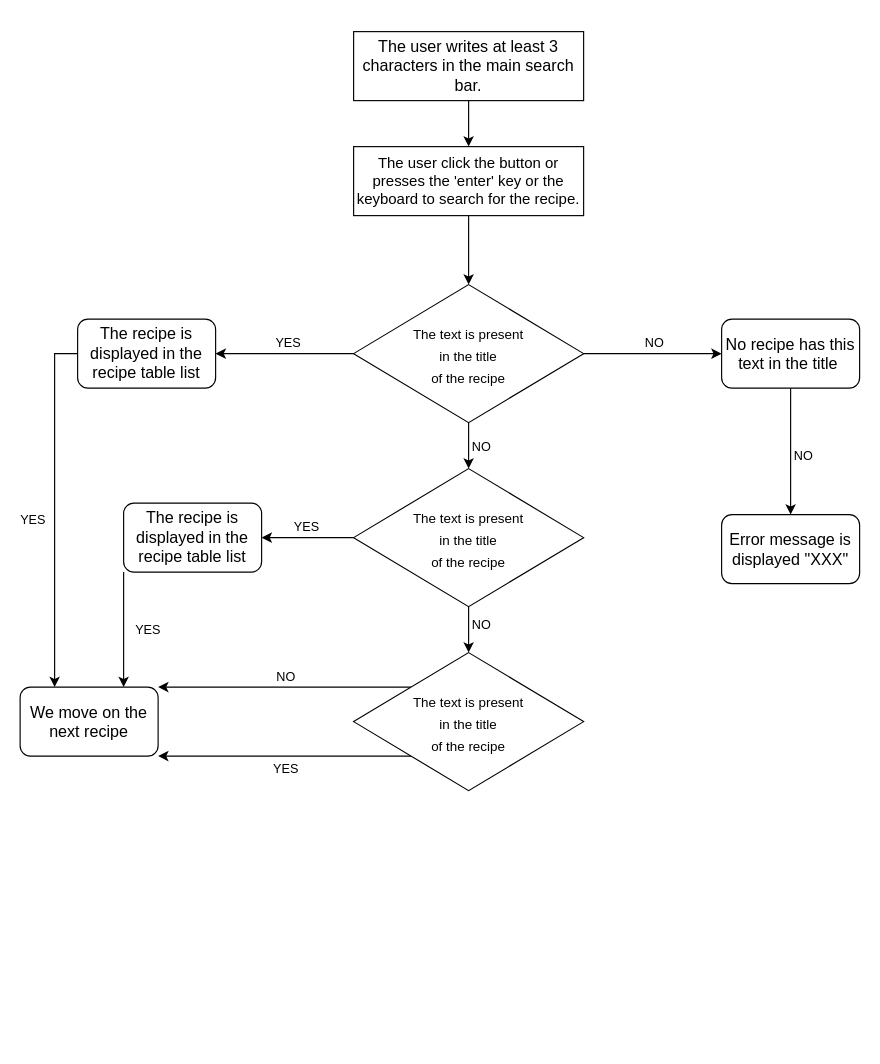
Above: RecipeSearchBarDiagram.drawio in Tigershark936/Les_petits_plats_D-veloppez_un_algorithme_de_recherche_en_JavaScript (draw.io), before the change. Source tidied: cells renumbered, new cells numbered last; positions are measured from the earlier drawing's top-left corner, leaving out a move shared by most shapes. Both pictures are drawn from the tidied source at 115%, with x=0, y=0 at pixel (20, 31).
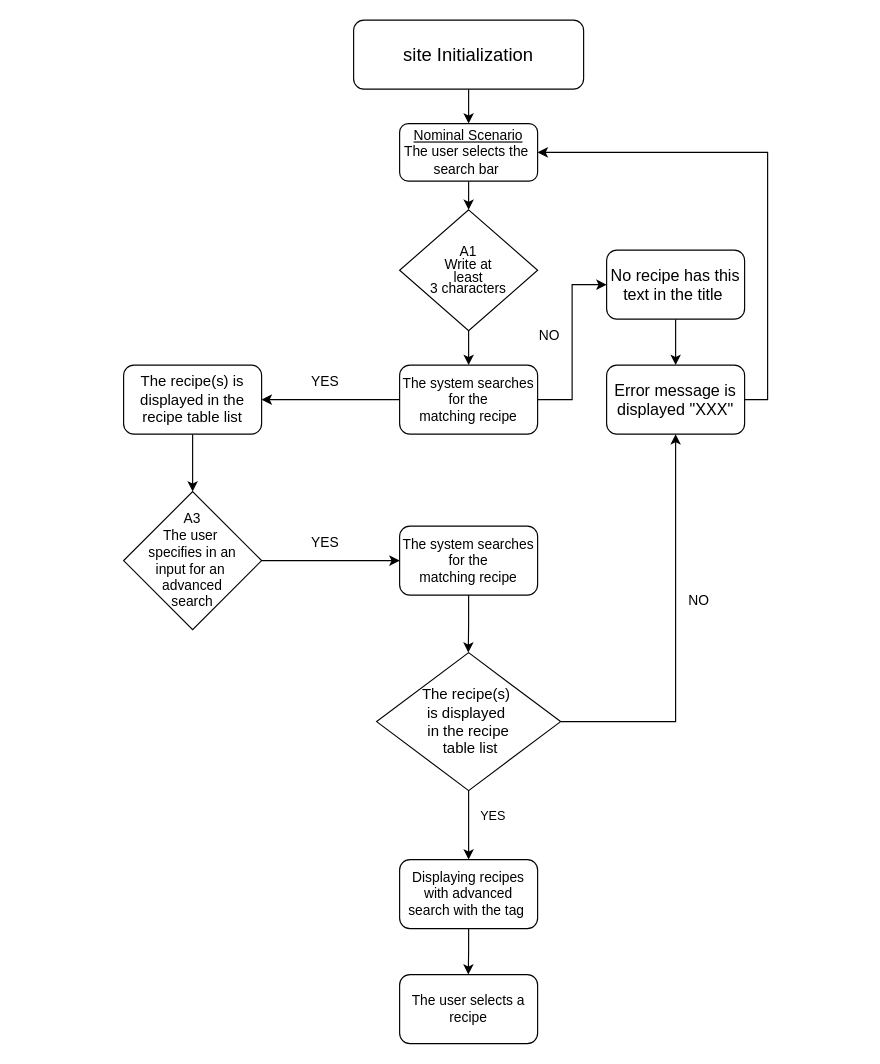
The same page after the edit.

The edit, as a diff of the source:
```diff
@@
-    <mxCell id="2" style="edgeStyle=orthogonalEdgeStyle;rounded=0;jettySize=auto;html=1;exitX=0.5;exitY=1;exitDx=0;exitDy=0;" parent="1" edge="1" source="3">
-      <mxGeometry relative="1" as="geometry">
-        <mxPoint x="390" y="100" as="targetPoint" />
-      </mxGeometry>
-    </mxCell>
-    <mxCell id="3" value="&lt;font style=&quot;font-size: 14px;&quot;&gt;The user writes at least 3 characters in the main search bar.&lt;/font&gt;" style="rounded=0;whiteSpace=wrap;html=1;" parent="1" vertex="1">
-      <mxGeometry x="290" width="200" height="60" as="geometry" />
-    </mxCell>
-    <mxCell id="4" style="edgeStyle=orthogonalEdgeStyle;rounded=0;jettySize=auto;html=1;exitX=0.5;exitY=1;exitDx=0;exitDy=0;" parent="1" edge="1" source="5">
-      <mxGeometry relative="1" as="geometry">
-        <mxPoint x="390" y="220" as="targetPoint" />
-      </mxGeometry>
-    </mxCell>
-    <mxCell id="5" value="&lt;font style=&quot;font-size: 13px;&quot;&gt;The user click the button or presses the 'enter' key or the keyboard to search for the recipe.&lt;/font&gt;" style="rounded=0;whiteSpace=wrap;html=1;" parent="1" vertex="1">
-      <mxGeometry x="290" y="100" width="200" height="60" as="geometry" />
-    </mxCell>
-    <mxCell id="6" style="edgeStyle=orthogonalEdgeStyle;rounded=0;jettySize=auto;html=1;exitX=0.5;exitY=1;exitDx=0;exitDy=0;" parent="1" edge="1" source="12">
-      <mxGeometry relative="1" as="geometry">
-        <mxPoint x="390" y="380" as="targetPoint" />
-      </mxGeometry>
-    </mxCell>
-    <mxCell id="7" value="NO" style="edgeLabel;html=1;align=center;verticalAlign=middle;" parent="6" vertex="1">
-      <mxGeometry x="-0.01" y="-2" relative="1" as="geometry">
-        <mxPoint x="10" y="-2" as="offset" />
-      </mxGeometry>
-    </mxCell>
-    <mxCell id="8" style="edgeStyle=orthogonalEdgeStyle;rounded=0;jettySize=auto;html=1;exitX=0;exitY=0.5;exitDx=0;exitDy=0;" parent="1" edge="1" source="12">
-      <mxGeometry relative="1" as="geometry">
-        <mxPoint x="170" y="280" as="targetPoint" />
-      </mxGeometry>
-    </mxCell>
-    <mxCell id="9" value="YES" style="edgeLabel;html=1;align=center;verticalAlign=middle;" parent="8" vertex="1">
-      <mxGeometry x="-0.04" y="-3" relative="1" as="geometry">
-        <mxPoint y="-7" as="offset" />
-      </mxGeometry>
-    </mxCell>
-    <mxCell id="10" style="edgeStyle=orthogonalEdgeStyle;rounded=0;jettySize=auto;html=1;exitX=1;exitY=0.5;exitDx=0;exitDy=0;" parent="1" edge="1" source="12">
-      <mxGeometry relative="1" as="geometry">
-        <mxPoint x="610" y="280" as="targetPoint" />
-      </mxGeometry>
-    </mxCell>
-    <mxCell id="11" value="NO&amp;nbsp;" style="edgeLabel;html=1;align=center;verticalAlign=middle;" parent="10" vertex="1">
-      <mxGeometry x="0.04" y="2" relative="1" as="geometry">
-        <mxPoint y="-8" as="offset" />
-      </mxGeometry>
-    </mxCell>
-    <mxCell id="12" value="&lt;div style=&quot;line-height: 110%;&quot;&gt;&lt;font style=&quot;line-height: 110%; font-size: 14px;&quot;&gt;&lt;sub style=&quot;&quot;&gt;The text is present&lt;/sub&gt;&lt;/font&gt;&lt;div&gt;&lt;font style=&quot;line-height: 110%; font-size: 14px;&quot;&gt;&lt;sub&gt;&amp;nbsp;in the title&amp;nbsp;&lt;/sub&gt;&lt;/font&gt;&lt;/div&gt;&lt;div&gt;&lt;font style=&quot;line-height: 110%; font-size: 14px;&quot;&gt;&lt;sub style=&quot;&quot;&gt;of the recipe&lt;/sub&gt;&lt;/font&gt;&lt;/div&gt;&lt;/div&gt;" style="rhombus;whiteSpace=wrap;html=1;strokeWidth=1;" parent="1" vertex="1">
-      <mxGeometry x="290" y="220" width="200" height="120" as="geometry" />
-    </mxCell>
-    <mxCell id="13" style="edgeStyle=orthogonalEdgeStyle;rounded=0;jettySize=auto;html=1;exitX=0.5;exitY=1;exitDx=0;exitDy=0;" parent="1" edge="1" source="17">
-      <mxGeometry relative="1" as="geometry">
-        <mxPoint x="390" y="540" as="targetPoint" />
-      </mxGeometry>
-    </mxCell>
-    <mxCell id="14" value="NO" style="edgeLabel;html=1;align=center;verticalAlign=middle;" parent="13" vertex="1">
-      <mxGeometry x="-0.25" y="1" relative="1" as="geometry">
-        <mxPoint x="9" as="offset" />
-      </mxGeometry>
-    </mxCell>
-    <mxCell id="15" style="edgeStyle=orthogonalEdgeStyle;rounded=0;jettySize=auto;html=1;exitX=0;exitY=0.5;exitDx=0;exitDy=0;" parent="1" edge="1" source="17">
-      <mxGeometry relative="1" as="geometry">
-        <mxPoint x="210" y="440" as="targetPoint" />
-      </mxGeometry>
-    </mxCell>
-    <mxCell id="16" value="YES" style="edgeLabel;html=1;align=center;verticalAlign=middle;" parent="15" vertex="1">
-      <mxGeometry x="0.04" y="4" relative="1" as="geometry">
-        <mxPoint y="-14" as="offset" />
-      </mxGeometry>
-    </mxCell>
-    <mxCell id="17" value="&lt;div style=&quot;line-height: 110%;&quot;&gt;&lt;font style=&quot;font-size: 14px; line-height: 110%;&quot;&gt;&lt;sub&gt;The text is present&lt;/sub&gt;&lt;/font&gt;&lt;div&gt;&lt;font style=&quot;font-size: 14px; line-height: 110%;&quot;&gt;&lt;sub&gt;&amp;nbsp;in the title&amp;nbsp;&lt;/sub&gt;&lt;/font&gt;&lt;/div&gt;&lt;div&gt;&lt;font style=&quot;font-size: 14px; line-height: 110%;&quot;&gt;&lt;sub&gt;of the recipe&lt;/sub&gt;&lt;/font&gt;&lt;/div&gt;&lt;/div&gt;" style="rhombus;whiteSpace=wrap;html=1;strokeWidth=1;" parent="1" vertex="1">
-      <mxGeometry x="290" y="380" width="200" height="120" as="geometry" />
-    </mxCell>
-    <mxCell id="18" style="edgeStyle=orthogonalEdgeStyle;rounded=0;jettySize=auto;html=1;exitX=0;exitY=1;exitDx=0;exitDy=0;entryX=1;entryY=1;entryDx=0;entryDy=0;" parent="1" edge="1" source="22" target="33">
-      <mxGeometry relative="1" as="geometry">
-        <Array as="points">
-          <mxPoint x="150" y="630" />
-          <mxPoint x="150" y="630" />
-        </Array>
-      </mxGeometry>
-    </mxCell>
-    <mxCell id="19" value="YES" style="edgeLabel;html=1;align=center;verticalAlign=middle;" parent="18" vertex="1">
-      <mxGeometry x="-0.04" y="-4" relative="1" as="geometry">
-        <mxPoint x="-4" y="14" as="offset" />
-      </mxGeometry>
-    </mxCell>
-    <mxCell id="20" style="edgeStyle=orthogonalEdgeStyle;rounded=0;jettySize=auto;html=1;exitX=0;exitY=0;exitDx=0;exitDy=0;entryX=1;entryY=0;entryDx=0;entryDy=0;" parent="1" edge="1" source="22" target="33">
-      <mxGeometry relative="1" as="geometry">
-        <Array as="points">
-          <mxPoint x="160" y="570" />
-          <mxPoint x="160" y="570" />
-        </Array>
-      </mxGeometry>
-    </mxCell>
-    <mxCell id="21" value="NO" style="edgeLabel;html=1;align=center;verticalAlign=middle;" parent="20" vertex="1">
-      <mxGeometry y="-1" relative="1" as="geometry">
-        <mxPoint y="-9" as="offset" />
-      </mxGeometry>
-    </mxCell>
-    <mxCell id="22" value="&lt;div style=&quot;line-height: 110%;&quot;&gt;&lt;font style=&quot;font-size: 14px; line-height: 110%;&quot;&gt;&lt;sub&gt;The text is present&lt;/sub&gt;&lt;/font&gt;&lt;div&gt;&lt;font style=&quot;font-size: 14px; line-height: 110%;&quot;&gt;&lt;sub&gt;&amp;nbsp;in the title&amp;nbsp;&lt;/sub&gt;&lt;/font&gt;&lt;/div&gt;&lt;div&gt;&lt;font style=&quot;font-size: 14px; line-height: 110%;&quot;&gt;&lt;sub&gt;of the recipe&lt;/sub&gt;&lt;/font&gt;&lt;/div&gt;&lt;/div&gt;" style="rhombus;whiteSpace=wrap;html=1;strokeWidth=1;" parent="1" vertex="1">
-      <mxGeometry x="290" y="540" width="200" height="120" as="geometry" />
-    </mxCell>
-    <mxCell id="23" style="edgeStyle=orthogonalEdgeStyle;rounded=0;jettySize=auto;html=1;exitX=0;exitY=0.5;exitDx=0;exitDy=0;entryX=0.25;entryY=0;entryDx=0;entryDy=0;" parent="1" edge="1" source="25" target="33">
-      <mxGeometry relative="1" as="geometry" />
-    </mxCell>
-    <mxCell id="24" value="YES" style="edgeLabel;html=1;align=center;verticalAlign=middle;" parent="23" vertex="1">
-      <mxGeometry x="0.06" y="1" relative="1" as="geometry">
-        <mxPoint x="-21" as="offset" />
-      </mxGeometry>
-    </mxCell>
+    <mxCell id="34" style="edgeStyle=orthogonalEdgeStyle;rounded=0;jettySize=auto;html=1;exitX=0.5;exitY=1;exitDx=0;exitDy=0;entryX=0.5;entryY=0;entryDx=0;entryDy=0;" parent="1" edge="1" source="25" target="50">
+      <mxGeometry relative="1" as="geometry" />
+    </mxCell>
-    <mxCell id="25" value="&lt;font style=&quot;font-size: 14px;&quot;&gt;The recipe is displayed in the recipe table list&lt;/font&gt;" style="rounded=1;whiteSpace=wrap;html=1;" parent="1" vertex="1">
-      <mxGeometry x="50" y="250" width="120" height="60" as="geometry" />
+    <mxCell id="25" value="&lt;font style=&quot;font-size: 13px;&quot;&gt;The recipe(s) is displayed in the recipe table list&lt;/font&gt;" style="rounded=1;whiteSpace=wrap;html=1;" parent="1" vertex="1">
+      <mxGeometry x="90" y="290" width="120" height="60" as="geometry" />
     </mxCell>
-    <mxCell id="26" style="edgeStyle=orthogonalEdgeStyle;rounded=0;jettySize=auto;html=1;exitX=0;exitY=1;exitDx=0;exitDy=0;entryX=0.75;entryY=0;entryDx=0;entryDy=0;" parent="1" edge="1" source="28" target="33">
-      <mxGeometry relative="1" as="geometry" />
-    </mxCell>
-    <mxCell id="27" value="YES" style="edgeLabel;html=1;align=center;verticalAlign=middle;" parent="26" vertex="1">
-      <mxGeometry x="-0.03" y="1" relative="1" as="geometry">
-        <mxPoint x="19" as="offset" />
-      </mxGeometry>
-    </mxCell>
-    <mxCell id="28" value="&lt;font style=&quot;font-size: 14px;&quot;&gt;The recipe is displayed in the recipe table list&lt;/font&gt;" style="rounded=1;whiteSpace=wrap;html=1;" parent="1" vertex="1">
-      <mxGeometry x="90" y="410" width="120" height="60" as="geometry" />
-    </mxCell>
-    <mxCell id="29" style="edgeStyle=orthogonalEdgeStyle;rounded=0;jettySize=auto;html=1;exitX=0.5;exitY=1;exitDx=0;exitDy=0;" parent="1" edge="1" source="31">
-      <mxGeometry relative="1" as="geometry">
-        <mxPoint x="670" y="420" as="targetPoint" />
-      </mxGeometry>
-    </mxCell>
-    <mxCell id="30" value="NO" style="edgeLabel;html=1;align=center;verticalAlign=middle;" parent="29" vertex="1">
-      <mxGeometry x="0.06" y="-3" relative="1" as="geometry">
-        <mxPoint x="13" as="offset" />
-      </mxGeometry>
-    </mxCell>
+    <mxCell id="35" style="edgeStyle=orthogonalEdgeStyle;rounded=0;jettySize=auto;html=1;exitX=0.5;exitY=1;exitDx=0;exitDy=0;entryX=0.5;entryY=0;entryDx=0;entryDy=0;" parent="1" edge="1" source="31" target="32">
+      <mxGeometry relative="1" as="geometry" />
+    </mxCell>
     <mxCell id="31" value="&lt;font style=&quot;font-size: 14px;&quot;&gt;No recipe has this text in the title&amp;nbsp;&lt;/font&gt;" style="rounded=1;whiteSpace=wrap;html=1;" parent="1" vertex="1">
-      <mxGeometry x="610" y="250" width="120" height="60" as="geometry" />
+      <mxGeometry x="510" y="190" width="120" height="60" as="geometry" />
     </mxCell>
+    <mxCell id="36" style="edgeStyle=orthogonalEdgeStyle;rounded=0;jettySize=auto;html=1;exitX=1;exitY=0.5;exitDx=0;exitDy=0;entryX=1;entryY=0.5;entryDx=0;entryDy=0;" parent="1" edge="1" source="32" target="42">
+      <mxGeometry relative="1" as="geometry" />
+    </mxCell>
     <mxCell id="32" value="&lt;font style=&quot;font-size: 14px;&quot;&gt;Error message is displayed &quot;XXX&quot;&lt;/font&gt;" style="rounded=1;whiteSpace=wrap;html=1;" parent="1" vertex="1">
-      <mxGeometry x="610" y="420" width="120" height="60" as="geometry" />
+      <mxGeometry x="510" y="290" width="120" height="60" as="geometry" />
     </mxCell>
-    <mxCell id="33" value="&lt;font style=&quot;font-size: 14px;&quot;&gt;We move on the next recipe&lt;/font&gt;" style="rounded=1;whiteSpace=wrap;html=1;" parent="1" vertex="1">
-      <mxGeometry y="570" width="120" height="60" as="geometry" />
-    </mxCell>
+    <mxCell id="37" style="edgeStyle=orthogonalEdgeStyle;rounded=0;jettySize=auto;html=1;exitX=0.5;exitY=1;exitDx=0;exitDy=0;entryX=0.5;entryY=0;entryDx=0;entryDy=0;" parent="1" edge="1" source="38">
+      <mxGeometry relative="1" as="geometry">
+        <mxPoint x="390" y="80" as="targetPoint" />
+      </mxGeometry>
+    </mxCell>
+    <mxCell id="38" value="&lt;font style=&quot;font-size: 16px;&quot;&gt;site Initialization&lt;/font&gt;" style="rounded=1;whiteSpace=wrap;html=1;" parent="1" vertex="1">
+      <mxGeometry x="290" y="-10" width="200" height="60" as="geometry" />
+    </mxCell>
+    <mxCell id="39" value="YES" style="text;html=1;align=center;verticalAlign=middle;strokeColor=none;fillColor=none;" parent="1" vertex="1">
+      <mxGeometry x="240" y="290" width="50" height="30" as="geometry" />
+    </mxCell>
+    <mxCell id="40" style="edgeStyle=orthogonalEdgeStyle;rounded=0;orthogonalLoop=1;jettySize=auto;html=1;exitX=0.5;exitY=1;exitDx=0;exitDy=0;" parent="1" edge="1">
+      <mxGeometry relative="1" as="geometry">
+        <mxPoint x="390" y="290" as="sourcePoint" />
+        <mxPoint x="390" y="290" as="targetPoint" />
+      </mxGeometry>
+    </mxCell>
+    <mxCell id="41" style="edgeStyle=orthogonalEdgeStyle;rounded=0;jettySize=auto;html=1;exitX=0.5;exitY=1;exitDx=0;exitDy=0;entryX=0.5;entryY=0;entryDx=0;entryDy=0;" parent="1" edge="1" source="42" target="44">
+      <mxGeometry relative="1" as="geometry" />
+    </mxCell>
+    <mxCell id="42" value="&lt;u&gt;Nominal Scenario&lt;/u&gt;&lt;div&gt;The user selects the&amp;nbsp;&lt;/div&gt;&lt;div&gt;search bar&amp;nbsp;&lt;/div&gt;" style="rounded=1;whiteSpace=wrap;html=1;" parent="1" vertex="1">
+      <mxGeometry x="330" y="80" width="120" height="50" as="geometry" />
+    </mxCell>
+    <mxCell id="43" style="edgeStyle=orthogonalEdgeStyle;rounded=0;jettySize=auto;html=1;exitX=0.5;exitY=1;exitDx=0;exitDy=0;entryX=0.5;entryY=0;entryDx=0;entryDy=0;" parent="1" edge="1" source="44" target="47">
+      <mxGeometry relative="1" as="geometry" />
+    </mxCell>
+    <mxCell id="44" value="&lt;div style=&quot;line-height: 90%;&quot;&gt;A1&lt;/div&gt;&lt;div style=&quot;line-height: 90%;&quot;&gt;&lt;div&gt;Write at&lt;div&gt;&amp;nbsp;least&amp;nbsp;&lt;/div&gt;&lt;div&gt;3 characters&lt;/div&gt;&lt;/div&gt;&lt;/div&gt;" style="rhombus;whiteSpace=wrap;html=1;labelBackgroundColor=none;align=center;" parent="1" vertex="1">
+      <mxGeometry x="330" y="155" width="120" height="105" as="geometry" />
+    </mxCell>
+    <mxCell id="45" style="edgeStyle=orthogonalEdgeStyle;rounded=0;jettySize=auto;html=1;exitX=0;exitY=0.5;exitDx=0;exitDy=0;entryX=1;entryY=0.5;entryDx=0;entryDy=0;" parent="1" edge="1" source="47" target="25">
+      <mxGeometry relative="1" as="geometry" />
+    </mxCell>
+    <mxCell id="46" style="edgeStyle=orthogonalEdgeStyle;rounded=0;jettySize=auto;html=1;exitX=1;exitY=0.5;exitDx=0;exitDy=0;entryX=0;entryY=0.5;entryDx=0;entryDy=0;" parent="1" edge="1" source="47" target="31">
+      <mxGeometry relative="1" as="geometry" />
+    </mxCell>
+    <mxCell id="47" value="The system searches&lt;div&gt;for the&lt;/div&gt;&lt;div&gt;matching recipe&lt;/div&gt;" style="rounded=1;whiteSpace=wrap;html=1;" parent="1" vertex="1">
+      <mxGeometry x="330" y="290" width="120" height="60" as="geometry" />
+    </mxCell>
+    <mxCell id="48" value="NO" style="text;html=1;align=center;verticalAlign=middle;strokeColor=none;fillColor=none;" parent="1" vertex="1">
+      <mxGeometry x="440" y="250" width="40" height="30" as="geometry" />
+    </mxCell>
+    <mxCell id="49" style="edgeStyle=orthogonalEdgeStyle;rounded=0;jettySize=auto;html=1;exitX=1;exitY=0.5;exitDx=0;exitDy=0;entryX=0;entryY=0.5;entryDx=0;entryDy=0;" parent="1" edge="1" source="50" target="52">
+      <mxGeometry relative="1" as="geometry" />
+    </mxCell>
+    <mxCell id="50" value="&lt;div&gt;A3&lt;/div&gt;The user&amp;nbsp;&lt;div&gt;&lt;div&gt;specifies in an&lt;/div&gt;&lt;div&gt;input for an&amp;nbsp;&lt;div&gt;advanced&lt;/div&gt;&lt;div&gt;search&lt;/div&gt;&lt;/div&gt;&lt;/div&gt;" style="rhombus;whiteSpace=wrap;html=1;" parent="1" vertex="1">
+      <mxGeometry x="90" y="400" width="120" height="120" as="geometry" />
+    </mxCell>
+    <mxCell id="51" style="edgeStyle=orthogonalEdgeStyle;rounded=0;jettySize=auto;html=1;exitX=0.5;exitY=1;exitDx=0;exitDy=0;" parent="1" edge="1" source="52">
+      <mxGeometry relative="1" as="geometry">
+        <mxPoint x="389.7" y="540" as="targetPoint" />
+      </mxGeometry>
+    </mxCell>
+    <mxCell id="52" value="The system searches&lt;div&gt;for the&lt;/div&gt;&lt;div&gt;matching recipe&lt;/div&gt;" style="rounded=1;whiteSpace=wrap;html=1;" parent="1" vertex="1">
+      <mxGeometry x="330" y="430" width="120" height="60" as="geometry" />
+    </mxCell>
+    <mxCell id="53" value="YES" style="text;html=1;align=center;verticalAlign=middle;strokeColor=none;fillColor=none;" parent="1" vertex="1">
+      <mxGeometry x="240" y="430" width="50" height="30" as="geometry" />
+    </mxCell>
+    <mxCell id="54" style="edgeStyle=orthogonalEdgeStyle;rounded=0;jettySize=auto;html=1;exitX=1;exitY=0.5;exitDx=0;exitDy=0;entryX=0.5;entryY=1;entryDx=0;entryDy=0;" parent="1" edge="1" source="57" target="32">
+      <mxGeometry relative="1" as="geometry" />
+    </mxCell>
+    <mxCell id="55" style="edgeStyle=orthogonalEdgeStyle;rounded=0;jettySize=auto;html=1;exitX=0.5;exitY=1;exitDx=0;exitDy=0;entryX=0.5;entryY=0;entryDx=0;entryDy=0;" parent="1" edge="1" source="57" target="60">
+      <mxGeometry relative="1" as="geometry" />
+    </mxCell>
+    <mxCell id="56" value="YES" style="edgeLabel;html=1;align=center;verticalAlign=middle;" parent="55" vertex="1">
+      <mxGeometry x="-0.3" y="1" relative="1" as="geometry">
+        <mxPoint x="19" as="offset" />
+      </mxGeometry>
+    </mxCell>
+    <mxCell id="57" value="&lt;span style=&quot;font-size: 13px;&quot;&gt;The recipe(s)&amp;nbsp;&lt;/span&gt;&lt;div&gt;&lt;span style=&quot;font-size: 13px;&quot;&gt;is displayed&amp;nbsp;&lt;/span&gt;&lt;/div&gt;&lt;div&gt;&lt;span style=&quot;font-size: 13px;&quot;&gt;in the recipe&lt;/span&gt;&lt;/div&gt;&lt;div&gt;&lt;span style=&quot;font-size: 13px;&quot;&gt;&amp;nbsp;table list&lt;/span&gt;&lt;/div&gt;" style="rhombus;whiteSpace=wrap;html=1;" parent="1" vertex="1">
+      <mxGeometry x="310" y="540" width="160" height="120" as="geometry" />
+    </mxCell>
+    <mxCell id="58" value="NO" style="text;html=1;align=center;verticalAlign=middle;strokeColor=none;fillColor=none;" parent="1" vertex="1">
+      <mxGeometry x="570" y="480" width="40" height="30" as="geometry" />
+    </mxCell>
+    <mxCell id="59" style="edgeStyle=orthogonalEdgeStyle;rounded=0;jettySize=auto;html=1;exitX=0.5;exitY=1;exitDx=0;exitDy=0;" parent="1" edge="1" source="60">
+      <mxGeometry relative="1" as="geometry">
+        <mxPoint x="389.7" y="820" as="targetPoint" />
+      </mxGeometry>
+    </mxCell>
+    <mxCell id="60" value="Displaying recipes with advanced&lt;div&gt;search with the tag&amp;nbsp;&lt;/div&gt;" style="rounded=1;whiteSpace=wrap;html=1;" parent="1" vertex="1">
+      <mxGeometry x="330" y="720" width="120" height="60" as="geometry" />
+    </mxCell>
+    <mxCell id="61" value="The user selects a recipe" style="rounded=1;whiteSpace=wrap;html=1;" parent="1" vertex="1">
+      <mxGeometry x="330" y="820" width="120" height="60" as="geometry" />
+    </mxCell>
```
